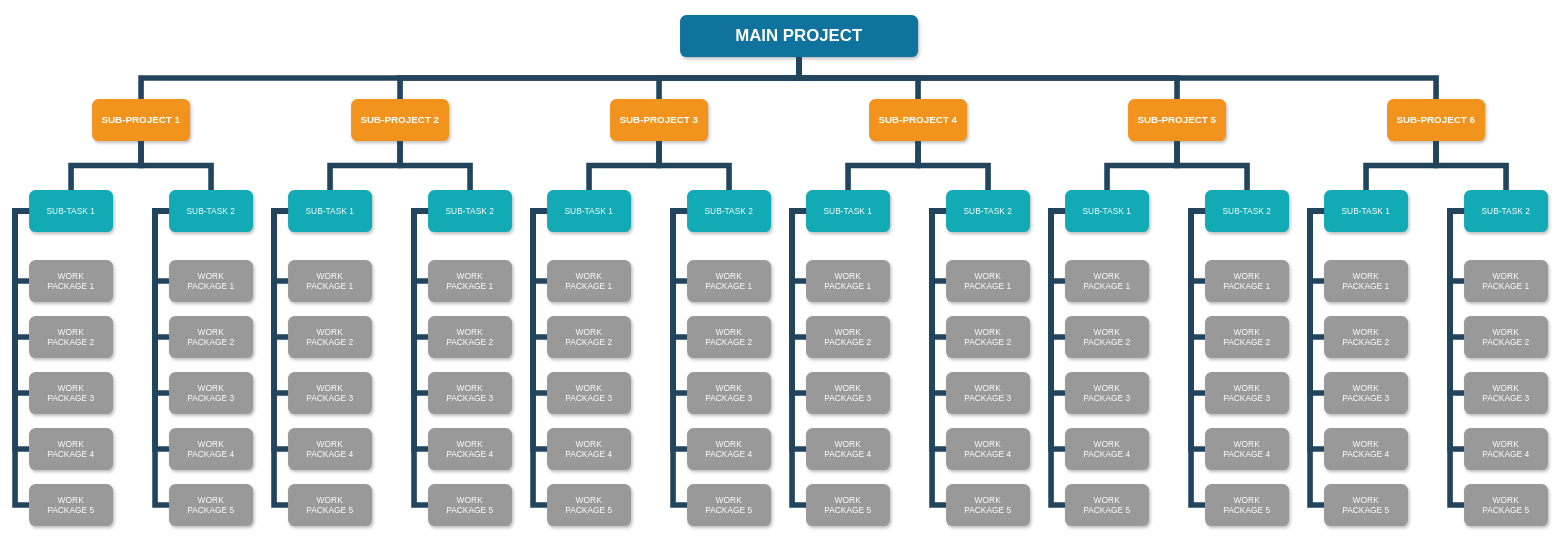
The draw.io diagram State Diagram.drawio in VestaCord/Integrated-Space-Programme-OBC-2024, before the edit. Source tidied: cells renumbered, new cells numbered last; positions are measured from the earlier drawing's top-left corner, leaving out a move shared by most shapes. Both pictures are drawn from the tidied source at 70%, with x=0, y=0 at pixel (15, 15).
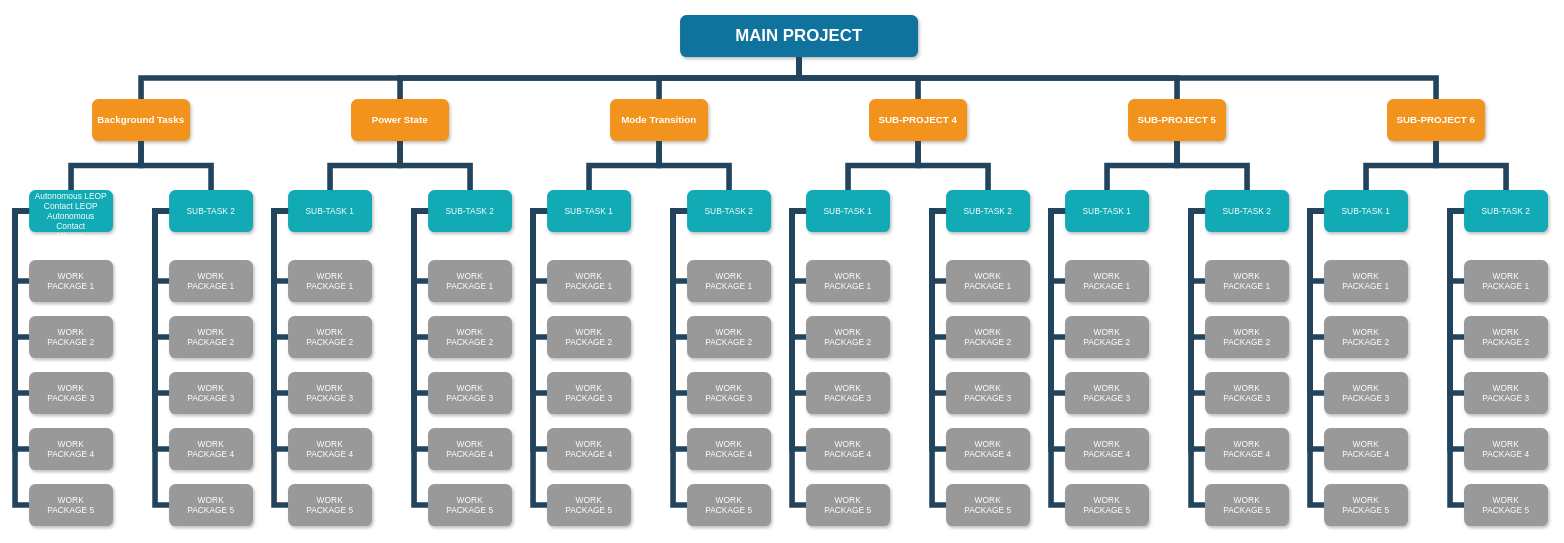
The same page after the edit.

What changed in the source:
```diff
@@
-    <mxCell id="3" value="SUB-PROJECT 1" style="whiteSpace=wrap;rounded=1;fillColor=#F2931E;strokeColor=none;shadow=1;fontColor=#FFFFFF;fontStyle=1;fontSize=14;" parent="1" vertex="1">
+    <mxCell id="3" value="Background Tasks" style="whiteSpace=wrap;rounded=1;fillColor=#F2931E;strokeColor=none;shadow=1;fontColor=#FFFFFF;fontStyle=1;fontSize=14;" parent="1" vertex="1">
       <mxGeometry x="110" y="120" width="140" height="60" as="geometry" />
     </mxCell>
-    <mxCell id="4" value="SUB-PROJECT 2" style="whiteSpace=wrap;rounded=1;fillColor=#F2931E;strokeColor=none;shadow=1;fontColor=#FFFFFF;fontStyle=1;fontSize=14;" parent="1" vertex="1">
+    <mxCell id="4" value="Power State" style="whiteSpace=wrap;rounded=1;fillColor=#F2931E;strokeColor=none;shadow=1;fontColor=#FFFFFF;fontStyle=1;fontSize=14;" parent="1" vertex="1">
       <mxGeometry x="480" y="120" width="140" height="60" as="geometry" />
     </mxCell>
@@
-    <mxCell id="6" value="SUB-PROJECT 3" style="whiteSpace=wrap;rounded=1;fillColor=#F2931E;strokeColor=none;shadow=1;fontColor=#FFFFFF;fontStyle=1;fontSize=14;" parent="1" vertex="1">
+    <mxCell id="6" value="Mode Transition" style="whiteSpace=wrap;rounded=1;fillColor=#F2931E;strokeColor=none;shadow=1;fontColor=#FFFFFF;fontStyle=1;fontSize=14;" parent="1" vertex="1">
       <mxGeometry x="850" y="120" width="140" height="60" as="geometry" />
     </mxCell>
@@
-    <mxCell id="9" value="SUB-TASK 1" style="whiteSpace=wrap;rounded=1;fillColor=#12AAB5;strokeColor=none;shadow=1;fontColor=#FFFFFF;" parent="1" vertex="1">
+    <mxCell id="9" value="Initialization&#10;Power Saving Mode&#10;Autonomous LEOP&#10;Contact LEOP&#10;Autonomous&#10;Contact&#10;Mission&#10;" style="whiteSpace=wrap;rounded=1;fillColor=#12AAB5;strokeColor=none;shadow=1;fontColor=#FFFFFF;" parent="1" vertex="1">
       <mxGeometry x="20" y="250" width="120" height="60" as="geometry" />
     </mxCell>
```
